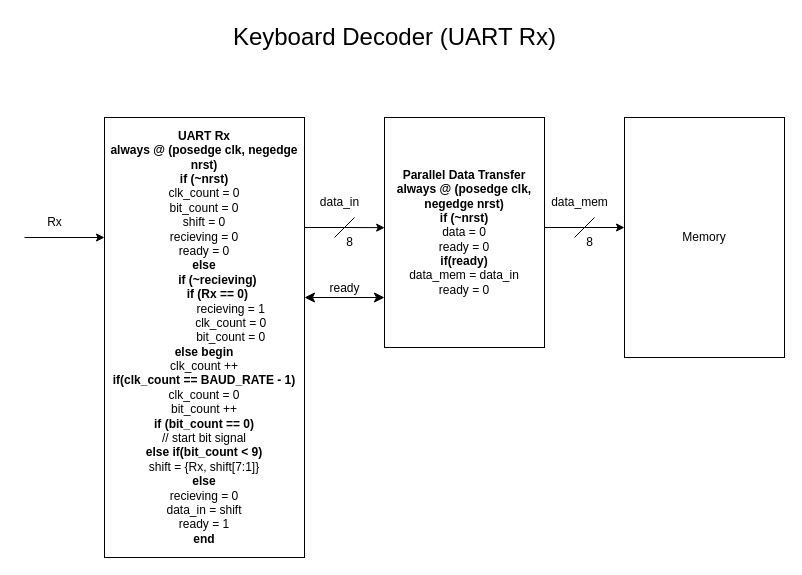
This is Keyboard_Decoder.drawio from limichael246/STARS_2024, a draw.io file, before an edit. Source tidied: cells renumbered, new cells numbered last; positions are measured from the earlier drawing's top-left corner, leaving out a move shared by most shapes. Both pictures are drawn from the tidied source at 100%, with x=0, y=0 at pixel (24, 17).
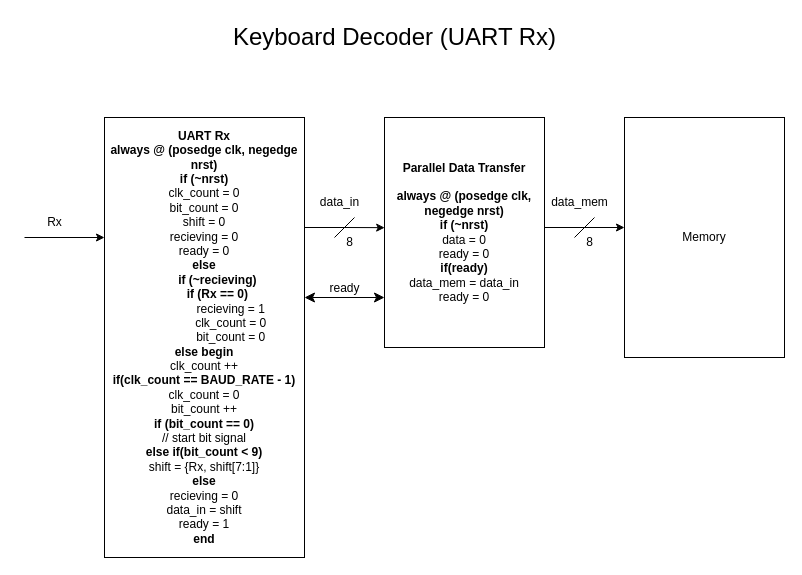
Above is the later version.

The edit, as a diff of the source:
```diff
@@
-    <mxCell id="8" value="&lt;b&gt;Parallel Data Transfer&lt;/b&gt;&lt;div&gt;&lt;b&gt;always @ (posedge clk, negedge nrst)&lt;/b&gt;&lt;/div&gt;&lt;div&gt;&lt;b&gt;if (~nrst)&lt;/b&gt;&lt;/div&gt;&lt;div&gt;data = 0&lt;/div&gt;&lt;div&gt;ready = 0&lt;/div&gt;&lt;div&gt;&lt;b&gt;if(ready)&lt;/b&gt;&lt;/div&gt;&lt;div&gt;data_mem = data_in&lt;/div&gt;&lt;div&gt;ready = 0&lt;/div&gt;" style="whiteSpace=wrap;html=1;" parent="1" vertex="1">
+    <mxCell id="8" value="&lt;b&gt;Parallel Data Transfer&lt;/b&gt;&lt;div&gt;&lt;b&gt;&lt;br&gt;&lt;/b&gt;&lt;div&gt;&lt;b&gt;always @ (posedge clk, negedge nrst)&lt;/b&gt;&lt;/div&gt;&lt;div&gt;&lt;b&gt;if (~nrst)&lt;/b&gt;&lt;/div&gt;&lt;div&gt;data = 0&lt;/div&gt;&lt;div&gt;ready = 0&lt;/div&gt;&lt;div&gt;&lt;b&gt;if(ready)&lt;/b&gt;&lt;/div&gt;&lt;div&gt;data_mem = data_in&lt;/div&gt;&lt;div&gt;ready = 0&lt;/div&gt;&lt;/div&gt;" style="whiteSpace=wrap;html=1;" parent="1" vertex="1">
       <mxGeometry x="360" y="100" width="160" height="230" as="geometry" />
     </mxCell>
```
